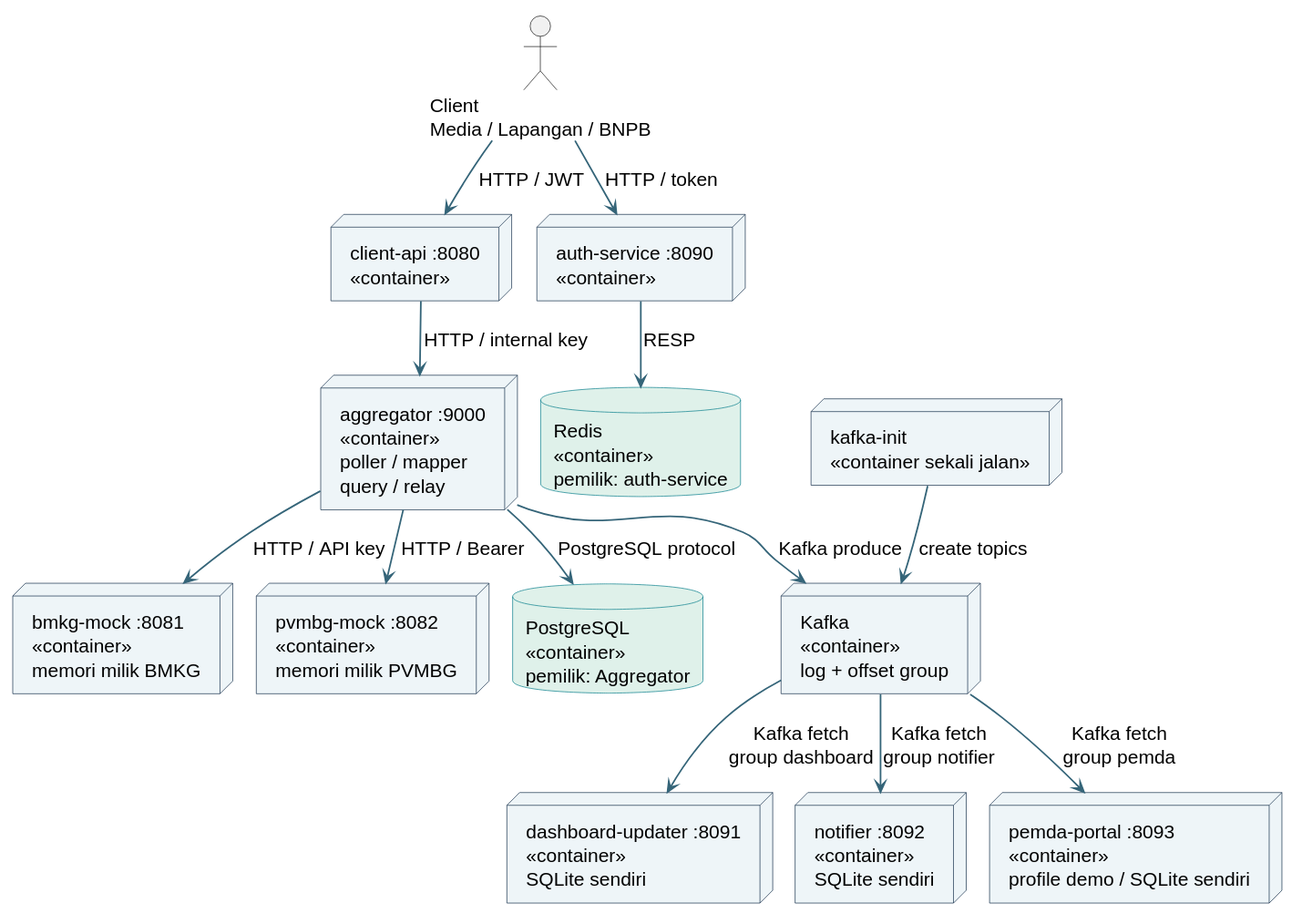
Before: doc/laporan/assets/figures/01-arsitektur.svg, a diagram exported from PlantUML (WwzFwz/AkuAnakTehat). The source it was exported from:
```plantuml
@startuml
!pragma layout smetana
!include theme.puml
top to bottom direction
actor "Client\nMedia / Lapangan / BNPB" as client
node "client-api :8080\n<<container>>" as api
node "auth-service :8090\n<<container>>" as auth
database "Redis\n<<container>>\npemilik: auth-service" as redis
node "aggregator :9000\n<<container>>\npoller / mapper\nquery / relay" as agg
node "bmkg-mock :8081\n<<container>>\nmemori milik BMKG" as bmkg
node "pvmbg-mock :8082\n<<container>>\nmemori milik PVMBG" as pv
database "PostgreSQL\n<<container>>\npemilik: Aggregator" as pg
node "Kafka\n<<container>>\nlog + offset group" as kafka
node "kafka-init\n<<container sekali jalan>>" as init
node "dashboard-updater :8091\n<<container>>\nSQLite sendiri" as dash
node "notifier :8092\n<<container>>\nSQLite sendiri" as note
node "pemda-portal :8093\n<<container>>\nprofile demo / SQLite sendiri" as pemda
client --> api : HTTP / JWT
client --> auth : HTTP / token
auth --> redis : RESP
api --> agg : HTTP / internal key
agg --> bmkg : HTTP / API key
agg --> pv : HTTP / Bearer
agg --> pg : PostgreSQL protocol
agg --> kafka : Kafka produce
init --> kafka : create topics
kafka --> dash : Kafka fetch\ngroup dashboard
kafka --> note : Kafka fetch\ngroup notifier
kafka --> pemda : Kafka fetch\ngroup pemda
@enduml
```
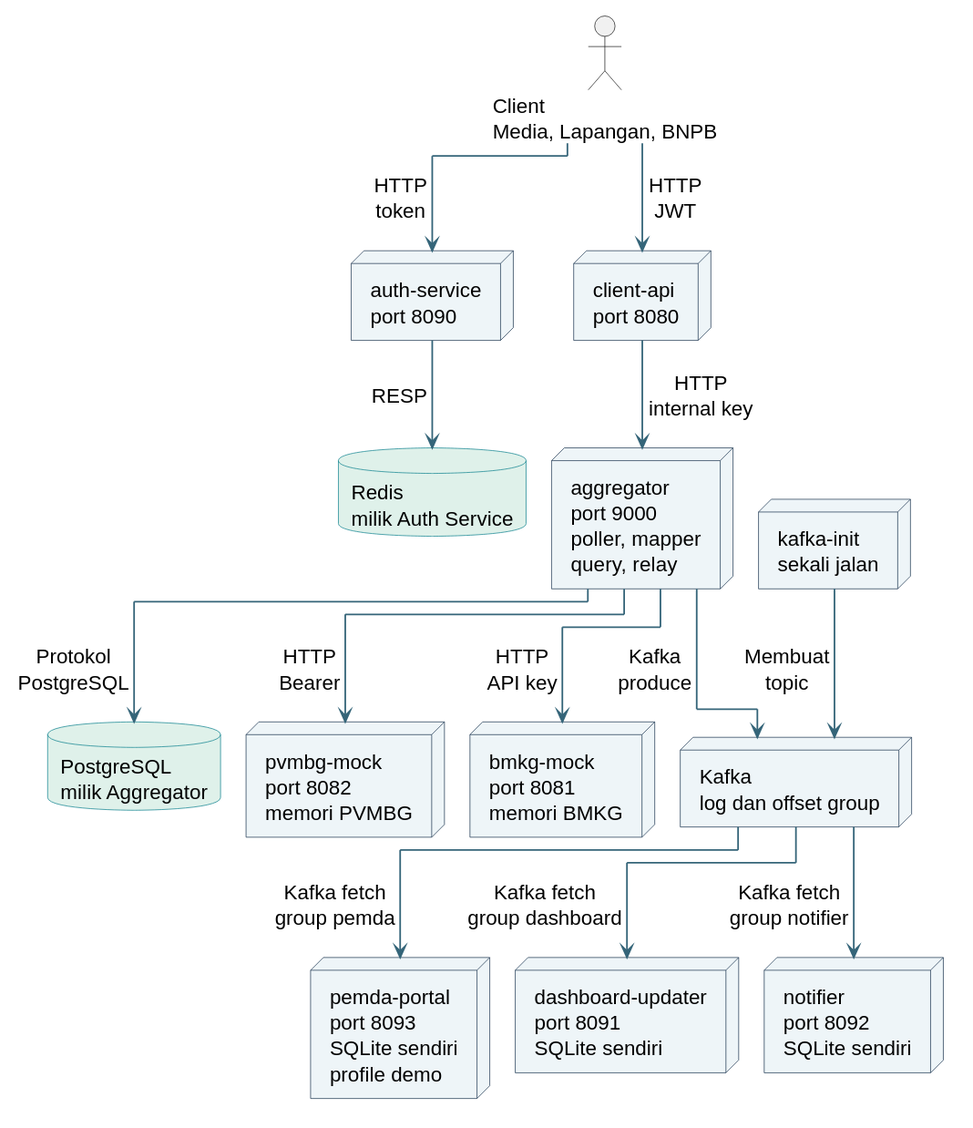
After the commit.

The edit, as a diff of the source:
```diff
@@ -1,29 +1,32 @@
 @startuml
-!pragma layout smetana
+!pragma layout elk
 !include theme.puml
+skinparam linetype ortho
+skinparam roundcorner 0
+skinparam defaultFontSize 16
 top to bottom direction
-actor "Client\nMedia / Lapangan / BNPB" as client
-node "client-api :8080\n<<container>>" as api
-node "auth-service :8090\n<<container>>" as auth
-database "Redis\n<<container>>\npemilik: auth-service" as redis
-node "aggregator :9000\n<<container>>\npoller / mapper\nquery / relay" as agg
-node "bmkg-mock :8081\n<<container>>\nmemori milik BMKG" as bmkg
-node "pvmbg-mock :8082\n<<container>>\nmemori milik PVMBG" as pv
-database "PostgreSQL\n<<container>>\npemilik: Aggregator" as pg
-node "Kafka\n<<container>>\nlog + offset group" as kafka
-node "kafka-init\n<<container sekali jalan>>" as init
-node "dashboard-updater :8091\n<<container>>\nSQLite sendiri" as dash
-node "notifier :8092\n<<container>>\nSQLite sendiri" as note
-node "pemda-portal :8093\n<<container>>\nprofile demo / SQLite sendiri" as pemda
-client --> api : HTTP / JWT
-client --> auth : HTTP / token
+actor "Client\nMedia, Lapangan, BNPB" as client
+node "client-api\nport 8080" as api
+node "auth-service\nport 8090" as auth
+database "Redis\nmilik Auth Service" as redis
+node "aggregator\nport 9000\npoller, mapper\nquery, relay" as agg
+node "bmkg-mock\nport 8081\nmemori BMKG" as bmkg
+node "pvmbg-mock\nport 8082\nmemori PVMBG" as pv
+database "PostgreSQL\nmilik Aggregator" as pg
+node "Kafka\nlog dan offset group" as kafka
+node "kafka-init\nsekali jalan" as init
+node "dashboard-updater\nport 8091\nSQLite sendiri" as dash
+node "notifier\nport 8092\nSQLite sendiri" as note
+node "pemda-portal\nport 8093\nSQLite sendiri\nprofile demo" as pemda
+client --> api : HTTP\nJWT
+client --> auth : HTTP\ntoken
 auth --> redis : RESP
-api --> agg : HTTP / internal key
-agg --> bmkg : HTTP / API key
-agg --> pv : HTTP / Bearer
-agg --> pg : PostgreSQL protocol
-agg --> kafka : Kafka produce
-init --> kafka : create topics
+api --> agg : HTTP\ninternal key
+agg --> bmkg : HTTP\nAPI key
+agg --> pv : HTTP\nBearer
+agg --> pg : Protokol\nPostgreSQL
+agg --> kafka : Kafka\nproduce
+init --> kafka : Membuat\ntopic
 kafka --> dash : Kafka fetch\ngroup dashboard
 kafka --> note : Kafka fetch\ngroup notifier
 kafka --> pemda : Kafka fetch\ngroup pemda
```
